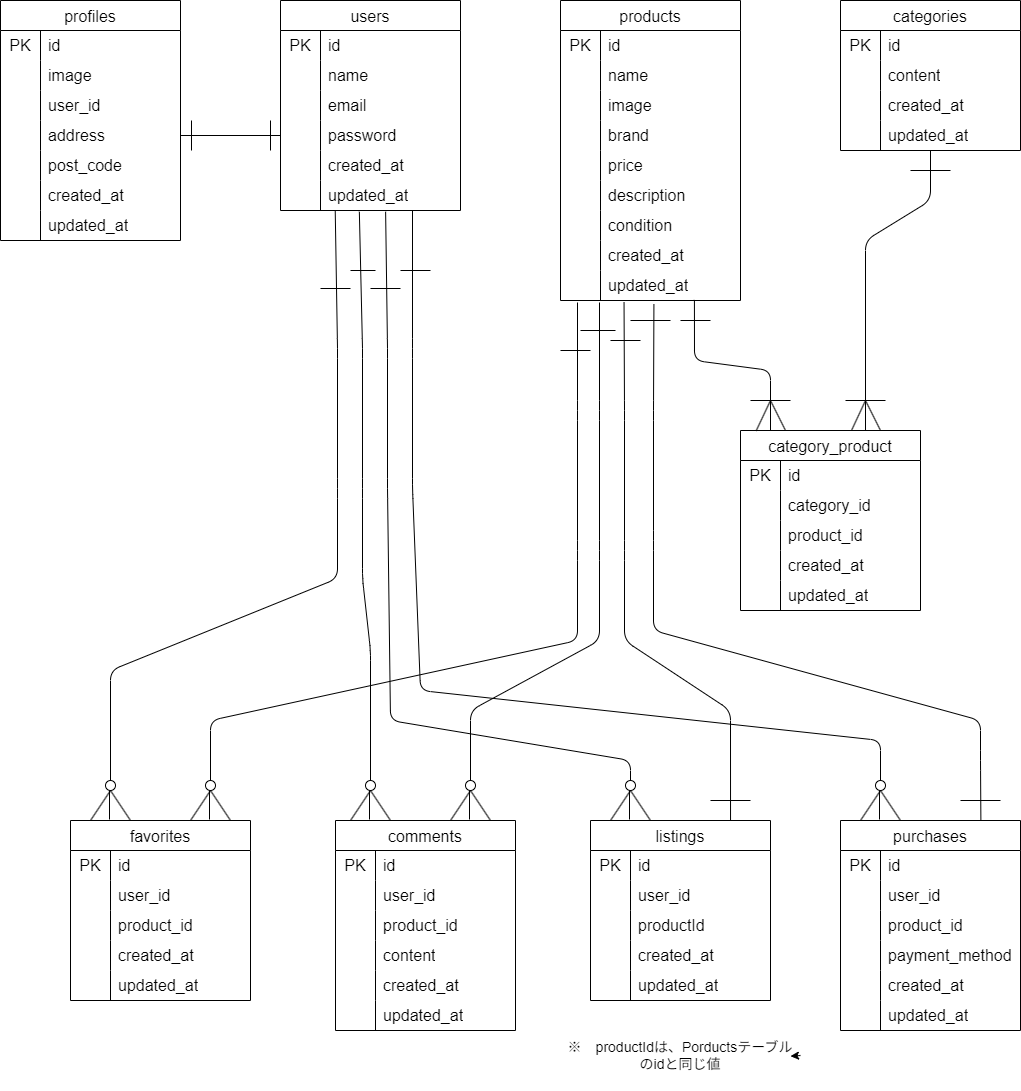
Above: others/er.drawio.png in yuuzaki2000/freema (draw.io), before the change. Source tidied: cells renumbered, new cells last; positions are measured from the earlier drawing's top-left corner, leaving out a move shared by most shapes.
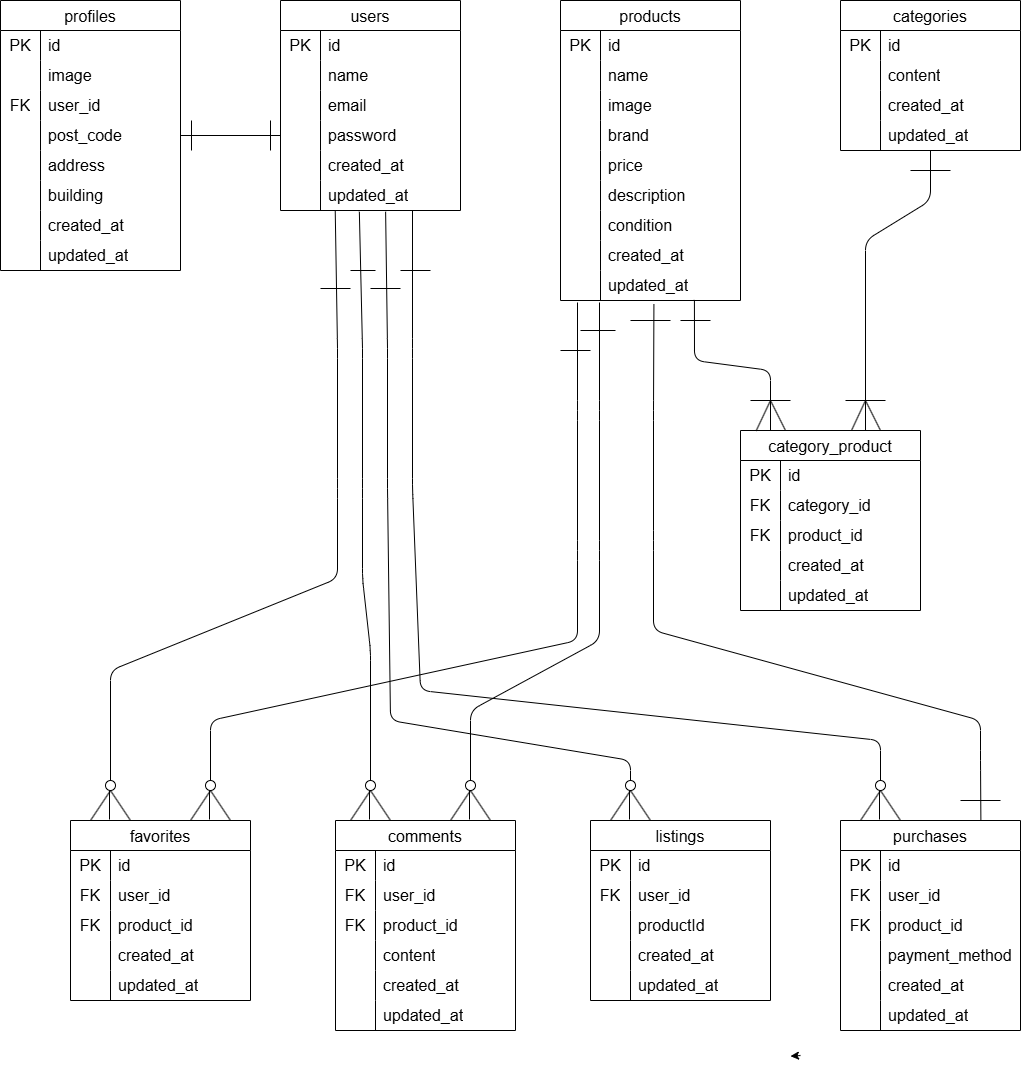
After the commit.

Diff of the diagram source:
```diff
@@ -197,7 +197,7 @@
     <mxCell id="66" style="shape=tableRow;horizontal=0;startSize=0;swimlaneHead=0;swimlaneBody=0;top=0;left=0;bottom=0;right=0;fillColor=none;strokeColor=inherit;fontSize=16;" parent="62" vertex="1">
       <mxGeometry y="60" width="180" height="30" as="geometry" />
     </mxCell>
-    <mxCell id="67" style="shape=partialRectangle;html=1;whiteSpace=wrap;fillColor=none;top=0;left=0;bottom=0;right=0;overflow=hidden;strokeColor=inherit;fontSize=16;" parent="66" vertex="1">
+    <mxCell id="67" value="&lt;span style=&quot;color: rgb(0, 0, 0);&quot;&gt;FK&lt;/span&gt;" style="shape=partialRectangle;html=1;whiteSpace=wrap;fillColor=none;top=0;left=0;bottom=0;right=0;overflow=hidden;strokeColor=inherit;fontSize=16;" parent="66" vertex="1">
       <mxGeometry width="40" height="30" as="geometry" />
     </mxCell>
     <mxCell id="68" value="category_id" style="shape=partialRectangle;html=1;whiteSpace=wrap;fillColor=none;top=0;left=0;bottom=0;right=0;align=left;spacingLeft=6;overflow=hidden;strokeColor=inherit;fontSize=16;" parent="66" vertex="1">
@@ -206,7 +206,7 @@
     <mxCell id="69" style="shape=tableRow;horizontal=0;startSize=0;swimlaneHead=0;swimlaneBody=0;top=0;left=0;bottom=0;right=0;fillColor=none;strokeColor=inherit;fontSize=16;" parent="62" vertex="1">
       <mxGeometry y="90" width="180" height="30" as="geometry" />
     </mxCell>
-    <mxCell id="70" style="shape=partialRectangle;html=1;whiteSpace=wrap;fillColor=none;top=0;left=0;bottom=0;right=0;overflow=hidden;strokeColor=inherit;fontSize=16;" parent="69" vertex="1">
+    <mxCell id="70" value="&lt;span style=&quot;color: rgb(0, 0, 0);&quot;&gt;FK&lt;/span&gt;" style="shape=partialRectangle;html=1;whiteSpace=wrap;fillColor=none;top=0;left=0;bottom=0;right=0;overflow=hidden;strokeColor=inherit;fontSize=16;" parent="69" vertex="1">
       <mxGeometry width="40" height="30" as="geometry" />
     </mxCell>
     <mxCell id="71" value="product_id" style="shape=partialRectangle;html=1;whiteSpace=wrap;fillColor=none;top=0;left=0;bottom=0;right=0;align=left;spacingLeft=6;overflow=hidden;strokeColor=inherit;fontSize=16;" parent="69" vertex="1">
@@ -231,7 +231,7 @@
       <mxGeometry x="40" width="140" height="30" as="geometry" />
     </mxCell>
     <mxCell id="78" value="profiles" style="shape=table;startSize=30;rowLines=0;fontStyle=0;strokeColor=default;fontSize=16;" parent="1" vertex="1">
-      <mxGeometry width="180" height="240" as="geometry" />
+      <mxGeometry width="180" height="270" as="geometry" />
     </mxCell>
     <mxCell id="79" style="shape=tableRow;horizontal=0;startSize=0;swimlaneHead=0;swimlaneBody=0;top=0;left=0;bottom=0;right=0;fillColor=none;strokeColor=inherit;fontSize=16;" parent="78" vertex="1">
       <mxGeometry y="30" width="180" height="30" as="geometry" />
@@ -254,7 +254,7 @@
     <mxCell id="85" style="shape=tableRow;horizontal=0;startSize=0;swimlaneHead=0;swimlaneBody=0;top=0;left=0;bottom=0;right=0;fillColor=none;strokeColor=inherit;fontSize=16;" parent="78" vertex="1">
       <mxGeometry y="90" width="180" height="30" as="geometry" />
     </mxCell>
-    <mxCell id="86" style="shape=partialRectangle;html=1;whiteSpace=wrap;fillColor=none;top=0;left=0;bottom=0;right=0;overflow=hidden;strokeColor=inherit;fontSize=16;" parent="85" vertex="1">
+    <mxCell id="86" value="FK" style="shape=partialRectangle;html=1;whiteSpace=wrap;fillColor=none;top=0;left=0;bottom=0;right=0;overflow=hidden;strokeColor=inherit;fontSize=16;" parent="85" vertex="1">
       <mxGeometry width="40" height="30" as="geometry" />
     </mxCell>
     <mxCell id="87" value="user_id" style="shape=partialRectangle;html=1;whiteSpace=wrap;fillColor=none;top=0;left=0;bottom=0;right=0;align=left;spacingLeft=6;overflow=hidden;strokeColor=inherit;fontSize=16;" parent="85" vertex="1">
@@ -266,7 +266,7 @@
     <mxCell id="89" style="shape=partialRectangle;html=1;whiteSpace=wrap;fillColor=none;top=0;left=0;bottom=0;right=0;overflow=hidden;strokeColor=inherit;fontSize=16;" parent="88" vertex="1">
       <mxGeometry width="40" height="30" as="geometry" />
     </mxCell>
-    <mxCell id="90" value="address" style="shape=partialRectangle;html=1;whiteSpace=wrap;fillColor=none;top=0;left=0;bottom=0;right=0;align=left;spacingLeft=6;overflow=hidden;strokeColor=inherit;fontSize=16;" parent="88" vertex="1">
+    <mxCell id="90" value="&lt;span style=&quot;color: rgb(0, 0, 0);&quot;&gt;post_code&lt;/span&gt;" style="shape=partialRectangle;html=1;whiteSpace=wrap;fillColor=none;top=0;left=0;bottom=0;right=0;align=left;spacingLeft=6;overflow=hidden;strokeColor=inherit;fontSize=16;" parent="88" vertex="1">
       <mxGeometry x="40" width="140" height="30" as="geometry" />
     </mxCell>
     <mxCell id="91" style="shape=tableRow;horizontal=0;startSize=0;swimlaneHead=0;swimlaneBody=0;top=0;left=0;bottom=0;right=0;fillColor=none;strokeColor=inherit;fontSize=16;" parent="78" vertex="1">
@@ -275,7 +275,7 @@
     <mxCell id="92" style="shape=partialRectangle;html=1;whiteSpace=wrap;fillColor=none;top=0;left=0;bottom=0;right=0;overflow=hidden;strokeColor=inherit;fontSize=16;" parent="91" vertex="1">
       <mxGeometry width="40" height="30" as="geometry" />
     </mxCell>
-    <mxCell id="93" value="post_code" style="shape=partialRectangle;html=1;whiteSpace=wrap;fillColor=none;top=0;left=0;bottom=0;right=0;align=left;spacingLeft=6;overflow=hidden;strokeColor=inherit;fontSize=16;" parent="91" vertex="1">
+    <mxCell id="93" value="address" style="shape=partialRectangle;html=1;whiteSpace=wrap;fillColor=none;top=0;left=0;bottom=0;right=0;align=left;spacingLeft=6;overflow=hidden;strokeColor=inherit;fontSize=16;" parent="91" vertex="1">
       <mxGeometry x="40" width="140" height="30" as="geometry" />
     </mxCell>
     <mxCell id="94" style="shape=tableRow;horizontal=0;startSize=0;swimlaneHead=0;swimlaneBody=0;top=0;left=0;bottom=0;right=0;fillColor=none;strokeColor=inherit;fontSize=16;" parent="78" vertex="1">
@@ -284,7 +284,7 @@
     <mxCell id="95" style="shape=partialRectangle;html=1;whiteSpace=wrap;fillColor=none;top=0;left=0;bottom=0;right=0;overflow=hidden;strokeColor=inherit;fontSize=16;" parent="94" vertex="1">
       <mxGeometry width="40" height="30" as="geometry" />
     </mxCell>
-    <mxCell id="96" value="created_at" style="shape=partialRectangle;html=1;whiteSpace=wrap;fillColor=none;top=0;left=0;bottom=0;right=0;align=left;spacingLeft=6;overflow=hidden;strokeColor=inherit;fontSize=16;" parent="94" vertex="1">
+    <mxCell id="96" value="building" style="shape=partialRectangle;html=1;whiteSpace=wrap;fillColor=none;top=0;left=0;bottom=0;right=0;align=left;spacingLeft=6;overflow=hidden;strokeColor=inherit;fontSize=16;" parent="94" vertex="1">
       <mxGeometry x="40" width="140" height="30" as="geometry" />
     </mxCell>
     <mxCell id="97" style="shape=tableRow;horizontal=0;startSize=0;swimlaneHead=0;swimlaneBody=0;top=0;left=0;bottom=0;right=0;fillColor=none;strokeColor=inherit;fontSize=16;" parent="78" vertex="1">
@@ -293,9 +293,18 @@
     <mxCell id="98" style="shape=partialRectangle;html=1;whiteSpace=wrap;fillColor=none;top=0;left=0;bottom=0;right=0;overflow=hidden;strokeColor=inherit;fontSize=16;" parent="97" vertex="1">
       <mxGeometry width="40" height="30" as="geometry" />
     </mxCell>
-    <mxCell id="99" value="updated_at" style="shape=partialRectangle;html=1;whiteSpace=wrap;fillColor=none;top=0;left=0;bottom=0;right=0;align=left;spacingLeft=6;overflow=hidden;strokeColor=inherit;fontSize=16;" parent="97" vertex="1">
+    <mxCell id="99" value="&lt;span style=&quot;color: rgb(0, 0, 0);&quot;&gt;created_at&lt;/span&gt;" style="shape=partialRectangle;html=1;whiteSpace=wrap;fillColor=none;top=0;left=0;bottom=0;right=0;align=left;spacingLeft=6;overflow=hidden;strokeColor=inherit;fontSize=16;" parent="97" vertex="1">
       <mxGeometry x="40" width="140" height="30" as="geometry" />
     </mxCell>
+    <mxCell id="229" style="shape=tableRow;horizontal=0;startSize=0;swimlaneHead=0;swimlaneBody=0;top=0;left=0;bottom=0;right=0;fillColor=none;strokeColor=inherit;fontSize=16;" parent="78" vertex="1">
+      <mxGeometry y="240" width="180" height="30" as="geometry" />
+    </mxCell>
+    <mxCell id="230" style="shape=partialRectangle;html=1;whiteSpace=wrap;fillColor=none;top=0;left=0;bottom=0;right=0;overflow=hidden;strokeColor=inherit;fontSize=16;" parent="229" vertex="1">
+      <mxGeometry width="40" height="30" as="geometry" />
+    </mxCell>
+    <mxCell id="231" value="&lt;span style=&quot;color: rgb(0, 0, 0);&quot;&gt;updated_at&lt;/span&gt;" style="shape=partialRectangle;html=1;whiteSpace=wrap;fillColor=none;top=0;left=0;bottom=0;right=0;align=left;spacingLeft=6;overflow=hidden;strokeColor=inherit;fontSize=16;" parent="229" vertex="1">
+      <mxGeometry x="40" width="140" height="30" as="geometry" />
+    </mxCell>
     <mxCell id="100" style="endArrow=none;html=1;exitX=0.744;exitY=0.98;exitDx=0;exitDy=0;exitPerimeter=0;" parent="1" edge="1" source="46">
       <mxGeometry relative="1" as="geometry">
         <mxPoint x="770" y="400" as="targetPoint" />
@@ -396,7 +405,7 @@
     <mxCell id="117" style="shape=tableRow;horizontal=0;startSize=0;swimlaneHead=0;swimlaneBody=0;top=0;left=0;bottom=0;right=0;fillColor=none;strokeColor=inherit;fontSize=16;" parent="113" vertex="1">
       <mxGeometry y="60" width="180" height="30" as="geometry" />
     </mxCell>
-    <mxCell id="118" style="shape=partialRectangle;html=1;whiteSpace=wrap;fillColor=none;top=0;left=0;bottom=0;right=0;overflow=hidden;strokeColor=inherit;fontSize=16;" parent="117" vertex="1">
+    <mxCell id="118" value="&lt;span style=&quot;color: rgb(0, 0, 0);&quot;&gt;FK&lt;/span&gt;" style="shape=partialRectangle;html=1;whiteSpace=wrap;fillColor=none;top=0;left=0;bottom=0;right=0;overflow=hidden;strokeColor=inherit;fontSize=16;" parent="117" vertex="1">
       <mxGeometry width="40" height="30" as="geometry" />
     </mxCell>
     <mxCell id="119" value="user_id" style="shape=partialRectangle;html=1;whiteSpace=wrap;fillColor=none;top=0;left=0;bottom=0;right=0;align=left;spacingLeft=6;overflow=hidden;strokeColor=inherit;fontSize=16;" parent="117" vertex="1">
@@ -405,7 +414,7 @@
     <mxCell id="120" style="shape=tableRow;horizontal=0;startSize=0;swimlaneHead=0;swimlaneBody=0;top=0;left=0;bottom=0;right=0;fillColor=none;strokeColor=inherit;fontSize=16;" parent="113" vertex="1">
       <mxGeometry y="90" width="180" height="30" as="geometry" />
     </mxCell>
-    <mxCell id="121" style="shape=partialRectangle;html=1;whiteSpace=wrap;fillColor=none;top=0;left=0;bottom=0;right=0;overflow=hidden;strokeColor=inherit;fontSize=16;" parent="120" vertex="1">
+    <mxCell id="121" value="&lt;span style=&quot;color: rgb(0, 0, 0);&quot;&gt;FK&lt;/span&gt;" style="shape=partialRectangle;html=1;whiteSpace=wrap;fillColor=none;top=0;left=0;bottom=0;right=0;overflow=hidden;strokeColor=inherit;fontSize=16;" parent="120" vertex="1">
       <mxGeometry width="40" height="30" as="geometry" />
     </mxCell>
     <mxCell id="122" value="product_id" style="shape=partialRectangle;html=1;whiteSpace=wrap;fillColor=none;top=0;left=0;bottom=0;right=0;align=left;spacingLeft=6;overflow=hidden;strokeColor=inherit;fontSize=16;" parent="120" vertex="1">
@@ -444,7 +453,7 @@
     <mxCell id="133" style="shape=tableRow;horizontal=0;startSize=0;swimlaneHead=0;swimlaneBody=0;top=0;left=0;bottom=0;right=0;fillColor=none;strokeColor=inherit;fontSize=16;" parent="129" vertex="1">
       <mxGeometry y="60" width="180" height="30" as="geometry" />
     </mxCell>
-    <mxCell id="134" style="shape=partialRectangle;html=1;whiteSpace=wrap;fillColor=none;top=0;left=0;bottom=0;right=0;overflow=hidden;strokeColor=inherit;fontSize=16;" parent="133" vertex="1">
+    <mxCell id="134" value="&lt;span style=&quot;color: rgb(0, 0, 0);&quot;&gt;FK&lt;/span&gt;" style="shape=partialRectangle;html=1;whiteSpace=wrap;fillColor=none;top=0;left=0;bottom=0;right=0;overflow=hidden;strokeColor=inherit;fontSize=16;" parent="133" vertex="1">
       <mxGeometry width="40" height="30" as="geometry" />
     </mxCell>
     <mxCell id="135" value="user_id" style="shape=partialRectangle;html=1;whiteSpace=wrap;fillColor=none;top=0;left=0;bottom=0;right=0;align=left;spacingLeft=6;overflow=hidden;strokeColor=inherit;fontSize=16;" parent="133" vertex="1">
@@ -453,7 +462,7 @@
     <mxCell id="136" style="shape=tableRow;horizontal=0;startSize=0;swimlaneHead=0;swimlaneBody=0;top=0;left=0;bottom=0;right=0;fillColor=none;strokeColor=inherit;fontSize=16;" parent="129" vertex="1">
       <mxGeometry y="90" width="180" height="30" as="geometry" />
     </mxCell>
-    <mxCell id="137" style="shape=partialRectangle;html=1;whiteSpace=wrap;fillColor=none;top=0;left=0;bottom=0;right=0;overflow=hidden;strokeColor=inherit;fontSize=16;" parent="136" vertex="1">
+    <mxCell id="137" value="&lt;span style=&quot;color: rgb(0, 0, 0);&quot;&gt;FK&lt;/span&gt;" style="shape=partialRectangle;html=1;whiteSpace=wrap;fillColor=none;top=0;left=0;bottom=0;right=0;overflow=hidden;strokeColor=inherit;fontSize=16;" parent="136" vertex="1">
       <mxGeometry width="40" height="30" as="geometry" />
     </mxCell>
     <mxCell id="138" value="product_id" style="shape=partialRectangle;html=1;whiteSpace=wrap;fillColor=none;top=0;left=0;bottom=0;right=0;align=left;spacingLeft=6;overflow=hidden;strokeColor=inherit;fontSize=16;" parent="136" vertex="1">
@@ -501,7 +510,7 @@
     <mxCell id="152" style="shape=tableRow;horizontal=0;startSize=0;swimlaneHead=0;swimlaneBody=0;top=0;left=0;bottom=0;right=0;fillColor=none;strokeColor=inherit;fontSize=16;" parent="148" vertex="1">
       <mxGeometry y="60" width="180" height="30" as="geometry" />
     </mxCell>
-    <mxCell id="153" style="shape=partialRectangle;html=1;whiteSpace=wrap;fillColor=none;top=0;left=0;bottom=0;right=0;overflow=hidden;strokeColor=inherit;fontSize=16;" parent="152" vertex="1">
+    <mxCell id="153" value="&lt;span style=&quot;color: rgb(0, 0, 0);&quot;&gt;FK&lt;/span&gt;" style="shape=partialRectangle;html=1;whiteSpace=wrap;fillColor=none;top=0;left=0;bottom=0;right=0;overflow=hidden;strokeColor=inherit;fontSize=16;" parent="152" vertex="1">
       <mxGeometry width="40" height="30" as="geometry" />
     </mxCell>
     <mxCell id="154" value="user_id" style="shape=partialRectangle;html=1;whiteSpace=wrap;fillColor=none;top=0;left=0;bottom=0;right=0;align=left;spacingLeft=6;overflow=hidden;strokeColor=inherit;fontSize=16;" parent="152" vertex="1">
@@ -549,7 +558,7 @@
     <mxCell id="168" style="shape=tableRow;horizontal=0;startSize=0;swimlaneHead=0;swimlaneBody=0;top=0;left=0;bottom=0;right=0;fillColor=none;strokeColor=inherit;fontSize=16;" parent="164" vertex="1">
       <mxGeometry y="60" width="180" height="30" as="geometry" />
     </mxCell>
-    <mxCell id="169" style="shape=partialRectangle;html=1;whiteSpace=wrap;fillColor=none;top=0;left=0;bottom=0;right=0;overflow=hidden;strokeColor=inherit;fontSize=16;" parent="168" vertex="1">
+    <mxCell id="169" value="&lt;span style=&quot;color: rgb(0, 0, 0);&quot;&gt;FK&lt;/span&gt;" style="shape=partialRectangle;html=1;whiteSpace=wrap;fillColor=none;top=0;left=0;bottom=0;right=0;overflow=hidden;strokeColor=inherit;fontSize=16;" parent="168" vertex="1">
       <mxGeometry width="40" height="30" as="geometry" />
     </mxCell>
     <mxCell id="170" value="user_id" style="shape=partialRectangle;html=1;whiteSpace=wrap;fillColor=none;top=0;left=0;bottom=0;right=0;align=left;spacingLeft=6;overflow=hidden;strokeColor=inherit;fontSize=16;" parent="168" vertex="1">
@@ -558,7 +567,7 @@
     <mxCell id="171" style="shape=tableRow;horizontal=0;startSize=0;swimlaneHead=0;swimlaneBody=0;top=0;left=0;bottom=0;right=0;fillColor=none;strokeColor=inherit;fontSize=16;" parent="164" vertex="1">
       <mxGeometry y="90" width="180" height="30" as="geometry" />
     </mxCell>
-    <mxCell id="172" style="shape=partialRectangle;html=1;whiteSpace=wrap;fillColor=none;top=0;left=0;bottom=0;right=0;overflow=hidden;strokeColor=inherit;fontSize=16;" parent="171" vertex="1">
+    <mxCell id="172" value="&lt;span style=&quot;color: rgb(0, 0, 0);&quot;&gt;FK&lt;/span&gt;" style="shape=partialRectangle;html=1;whiteSpace=wrap;fillColor=none;top=0;left=0;bottom=0;right=0;overflow=hidden;strokeColor=inherit;fontSize=16;" parent="171" vertex="1">
       <mxGeometry width="40" height="30" as="geometry" />
     </mxCell>
     <mxCell id="173" value="product_id" style="shape=partialRectangle;html=1;whiteSpace=wrap;fillColor=none;top=0;left=0;bottom=0;right=0;align=left;spacingLeft=6;overflow=hidden;strokeColor=inherit;fontSize=16;" parent="171" vertex="1">
@@ -711,22 +720,6 @@
         <mxPoint x="109" y="790" as="targetPoint" />
       </mxGeometry>
     </mxCell>
-    <mxCell id="207" style="endArrow=none;html=1;exitX=0.353;exitY=1.051;exitDx=0;exitDy=0;exitPerimeter=0;entryX=0.778;entryY=0;entryDx=0;entryDy=0;entryPerimeter=0;" parent="1" edge="1" source="46" target="148">
-      <mxGeometry relative="1" as="geometry">
-        <Array as="points">
-          <mxPoint x="624" y="410" />
-          <mxPoint x="624" y="550" />
-          <mxPoint x="624" y="640" />
-          <mxPoint x="730" y="710" />
-        </Array>
-      </mxGeometry>
-    </mxCell>
-    <mxCell id="208" style="endArrow=none;html=1;" parent="1" edge="1">
-      <mxGeometry relative="1" as="geometry">
-        <mxPoint x="610" y="340" as="sourcePoint" />
-        <mxPoint x="640" y="340" as="targetPoint" />
-      </mxGeometry>
-    </mxCell>
     <mxCell id="209" style="endArrow=none;html=1;exitX=0.353;exitY=1.051;exitDx=0;exitDy=0;exitPerimeter=0;entryX=0.5;entryY=0;entryDx=0;entryDy=0;" parent="1" edge="1" target="191">
       <mxGeometry relative="1" as="geometry">
         <mxPoint x="599" y="302" as="sourcePoint" />
@@ -832,12 +825,6 @@
         <mxPoint x="1000" y="800" as="targetPoint" />
       </mxGeometry>
     </mxCell>
-    <mxCell id="222" style="endArrow=none;html=1;" parent="1" edge="1">
-      <mxGeometry relative="1" as="geometry">
-        <mxPoint x="710" y="800" as="sourcePoint" />
-        <mxPoint x="750" y="800" as="targetPoint" />
-      </mxGeometry>
-    </mxCell>
     <mxCell id="223" style="endArrow=none;html=1;exitX=0.087;exitY=0.002;exitDx=0;exitDy=0;exitPerimeter=0;" parent="1" edge="1">
       <mxGeometry relative="1" as="geometry">
         <mxPoint x="851" y="430" as="sourcePoint" />
@@ -862,13 +849,11 @@
         <mxPoint x="885" y="400" as="targetPoint" />
       </mxGeometry>
     </mxCell>
-    <mxCell id="227" style="edgeStyle=none;html=1;exitX=1;exitY=0.5;exitDx=0;exitDy=0;" parent="1" edge="1" source="228">
+    <mxCell id="227" style="edgeStyle=none;html=1;exitX=1;exitY=0.5;exitDx=0;exitDy=0;" parent="1" edge="1">
       <mxGeometry relative="1" as="geometry">
+        <mxPoint x="800" y="1055" as="sourcePoint" />
         <mxPoint x="790" y="1055.7" as="targetPoint" />
       </mxGeometry>
     </mxCell>
-    <mxCell id="228" value="&lt;font style=&quot;font-size: 14px;&quot;&gt;※　productIdは、Porductsテーブルのidと同じ値&lt;/font&gt;" style="text;html=1;align=center;verticalAlign=middle;whiteSpace=wrap;rounded=0;" parent="1" vertex="1">
-      <mxGeometry x="560" y="1020" width="240" height="70" as="geometry" />
-    </mxCell>
   </root>
 </mxGraphModel>
```
